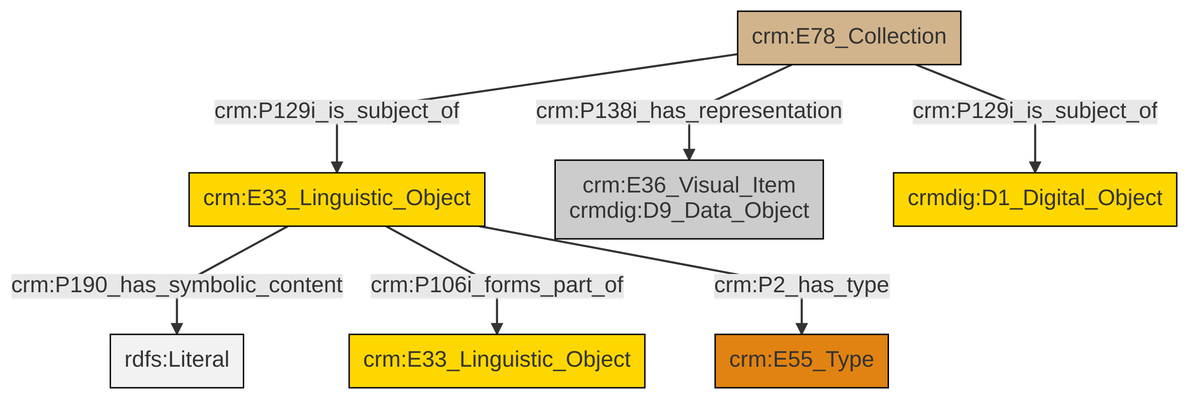
Before: et/archivalCSV/ttl/mmd/png/archival_docs.png, a diagram exported from Mermaid (swiss-art-research-net/docs.swissartresearch). Its source is kept beside it as et/archivalCSV/ttl/mmd/archival_docs.ttl.mmd.
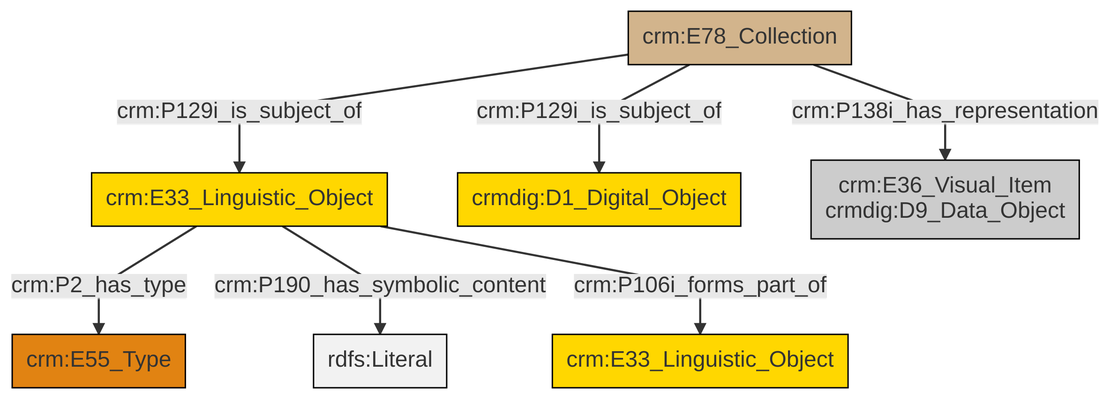
Later version of the same file.

Change to the diagram source:
```diff
@@ -13,9 +13,9 @@
 classDef PC_Classes fill:#4ce600, stroke:#000000;
 classDef Multi fill:#cccccc,stroke:#000000;
 
-0["crm:E33_Linguistic_Object"]:::Conceptual_Object -->|crm:P190_has_symbolic_content| 1[rdfs:Literal]:::Literal
-4["crm:E78_Collection"]:::Physical_Thing -->|crm:P138i_has_representation| 2["crm:E36_Visual_Item<br>crmdig:D9_Data_Object"]:::Multi
-4["crm:E78_Collection"]:::Physical_Thing -->|crm:P129i_is_subject_of| 6["crmdig:D1_Digital_Object"]:::Conceptual_Object
-4["crm:E78_Collection"]:::Physical_Thing -->|crm:P129i_is_subject_of| 0["crm:E33_Linguistic_Object"]:::Conceptual_Object
-0["crm:E33_Linguistic_Object"]:::Conceptual_Object -->|crm:P106i_forms_part_of| 13["crm:E33_Linguistic_Object"]:::Conceptual_Object
-0["crm:E33_Linguistic_Object"]:::Conceptual_Object -->|crm:P2_has_type| 9["crm:E55_Type"]:::Type
+2["crm:E33_Linguistic_Object"]:::Conceptual_Object -->|crm:P2_has_type| 0["crm:E55_Type"]:::Type
+3["crm:E78_Collection"]:::Physical_Thing -->|crm:P129i_is_subject_of| 2["crm:E33_Linguistic_Object"]:::Conceptual_Object
+3["crm:E78_Collection"]:::Physical_Thing -->|crm:P129i_is_subject_of| 4["crmdig:D1_Digital_Object"]:::Conceptual_Object
+2["crm:E33_Linguistic_Object"]:::Conceptual_Object -->|crm:P190_has_symbolic_content| 5[rdfs:Literal]:::Literal
+2["crm:E33_Linguistic_Object"]:::Conceptual_Object -->|crm:P106i_forms_part_of| 6["crm:E33_Linguistic_Object"]:::Conceptual_Object
+3["crm:E78_Collection"]:::Physical_Thing -->|crm:P138i_has_representation| 10["crm:E36_Visual_Item<br>crmdig:D9_Data_Object"]:::Multi
```
